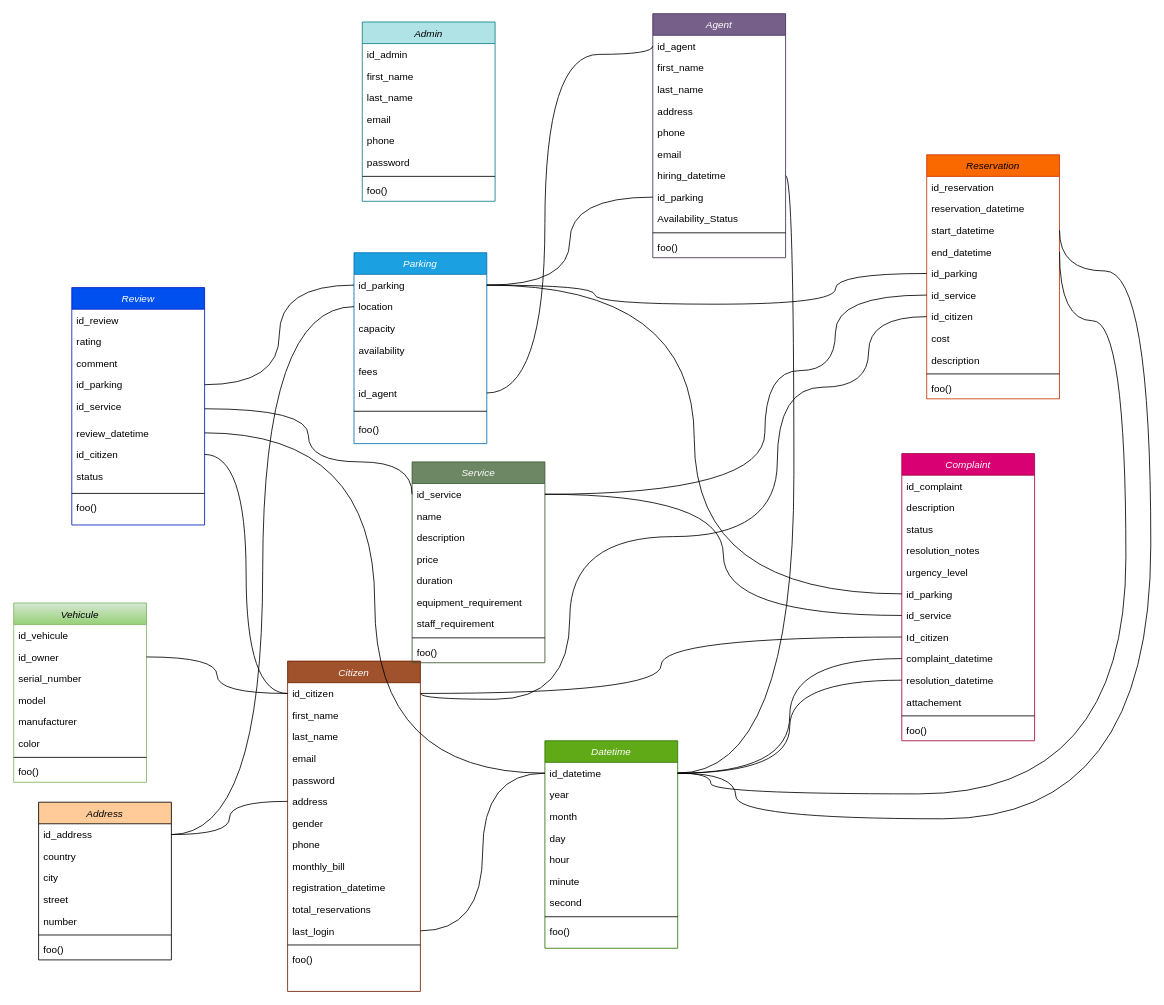
The draw.io diagram docs/DB_diagram.drawio in anomaly1095/parky, before the edit. Source tidied: cells renumbered, new cells numbered last; positions are measured from the earlier drawing's top-left corner, leaving out a move shared by most shapes. Both pictures are drawn from the tidied source at 83%, with x=0, y=0 at pixel (13, 13).
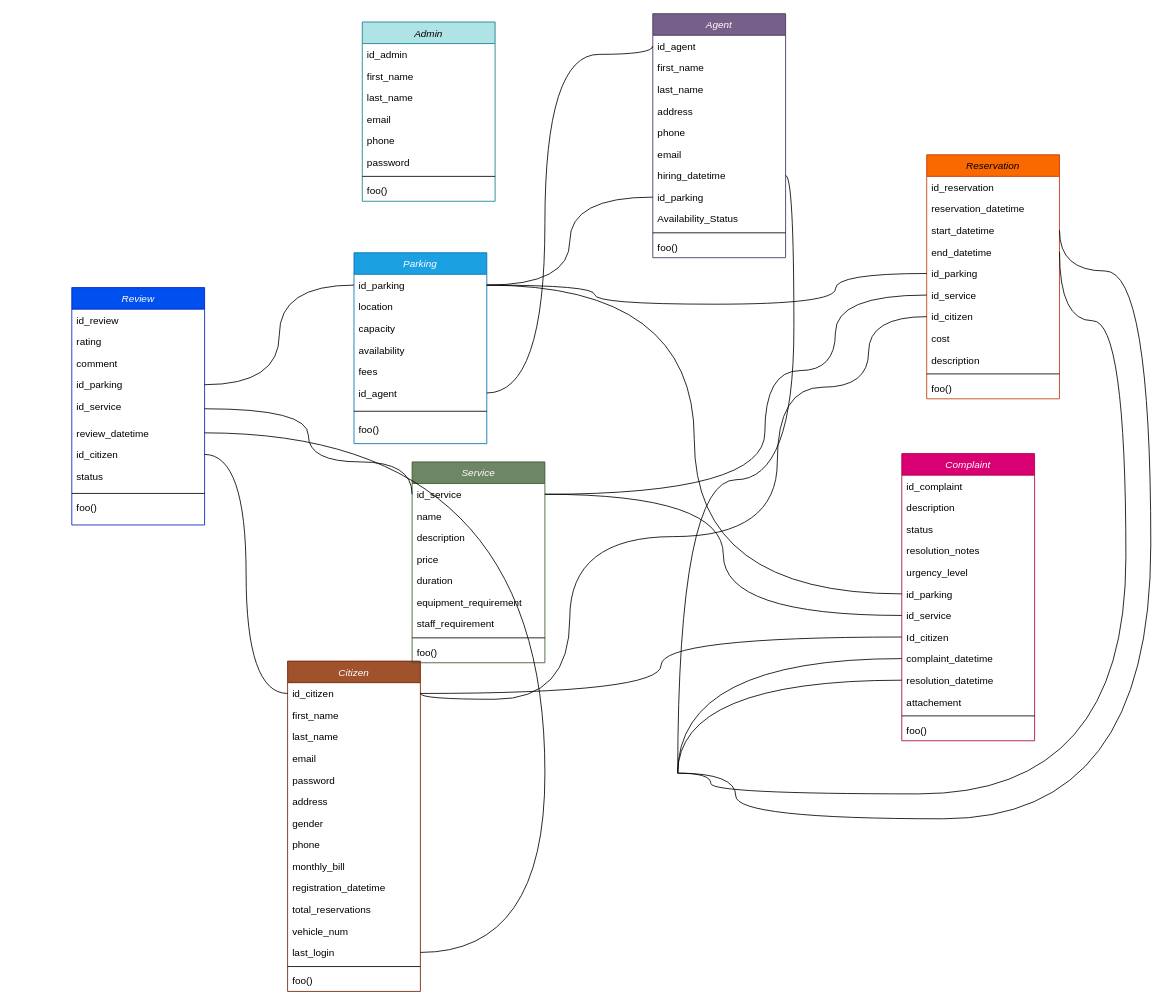
The same diagram, later.

The change refers to these unchanged cells:
```xml
<mxCell id="16" value="review_datetime" style="text;align=left;verticalAlign=top;spacingLeft=4;spacingRight=4;overflow=hidden;points=[[0,0.5],[1,0.5]];portConstraint=eastwest;rounded=0;shadow=0;html=0;" parent="10" vertex="1">
  <mxGeometry y="162" width="160" height="26" as="geometry" />
</mxCell>
<mxCell id="30" value="complaint_datetime" style="text;align=left;verticalAlign=top;spacingLeft=4;spacingRight=4;overflow=hidden;points=[[0,0.5],[1,0.5]];portConstraint=eastwest;rounded=0;shadow=0;html=0;" parent="21" vertex="1">
  <mxGeometry y="234" width="160" height="26" as="geometry" />
</mxCell>
<mxCell id="31" value="resolution_datetime" style="text;align=left;verticalAlign=top;spacingLeft=4;spacingRight=4;overflow=hidden;points=[[0,0.5],[1,0.5]];portConstraint=eastwest;rounded=0;shadow=0;html=0;" parent="21" vertex="1">
  <mxGeometry y="260" width="160" height="26" as="geometry" />
</mxCell>
<mxCell id="54" value="Citizen" style="swimlane;fontStyle=2;align=center;verticalAlign=top;horizontal=1;startSize=26;rounded=0;shadow=0;strokeWidth=1;fillColor=#a0522d;fontColor=#ffffff;strokeColor=#6D1F00;" parent="1" vertex="1">
  <mxGeometry x="330" y="780" width="160" height="398" as="geometry" />
</mxCell>
<mxCell id="55" value="id_citizen" style="text;align=left;verticalAlign=top;spacingLeft=4;spacingRight=4;overflow=hidden;points=[[0,0.5],[1,0.5]];portConstraint=eastwest;" parent="54" vertex="1">
  <mxGeometry y="26" width="160" height="26" as="geometry" />
</mxCell>
<mxCell id="60" value="address" style="text;align=left;verticalAlign=top;spacingLeft=4;spacingRight=4;overflow=hidden;points=[[0,0.5],[1,0.5]];portConstraint=eastwest;rounded=0;shadow=0;html=0;" parent="54" vertex="1">
  <mxGeometry y="156" width="160" height="26" as="geometry" />
</mxCell>
<mxCell id="76" value="hiring_datetime" style="text;align=left;verticalAlign=top;spacingLeft=4;spacingRight=4;overflow=hidden;points=[[0,0.5],[1,0.5]];portConstraint=eastwest;" parent="69" vertex="1">
  <mxGeometry y="182" width="160" height="26" as="geometry" />
</mxCell>
<mxCell id="102" value="location" style="text;align=left;verticalAlign=top;spacingLeft=4;spacingRight=4;overflow=hidden;points=[[0,0.5],[1,0.5]];portConstraint=eastwest;" parent="100" vertex="1">
  <mxGeometry y="52" width="160" height="26" as="geometry" />
</mxCell>
<mxCell id="112" value="start_datetime" style="text;align=left;verticalAlign=top;spacingLeft=4;spacingRight=4;overflow=hidden;points=[[0,0.5],[1,0.5]];portConstraint=eastwest;" parent="109" vertex="1">
  <mxGeometry y="78" width="160" height="26" as="geometry" />
</mxCell>
<mxCell id="113" value="end_datetime" style="text;align=left;verticalAlign=top;spacingLeft=4;spacingRight=4;overflow=hidden;points=[[0,0.5],[1,0.5]];portConstraint=eastwest;" parent="109" vertex="1">
  <mxGeometry y="104" width="160" height="26" as="geometry" />
</mxCell>
```

Change to the diagram source:
```diff
@@
-    <mxCell id="2" value="Address" style="swimlane;fontStyle=2;align=center;verticalAlign=top;horizontal=1;startSize=26;rounded=0;shadow=0;strokeWidth=1;fillColor=#ffcc99;strokeColor=default;" parent="1" vertex="1">
-      <mxGeometry x="30" y="950" width="160" height="190" as="geometry" />
-    </mxCell>
-    <mxCell id="3" value="id_address" style="text;align=left;verticalAlign=top;spacingLeft=4;spacingRight=4;overflow=hidden;points=[[0,0.5],[1,0.5]];portConstraint=eastwest;" parent="2" vertex="1">
-      <mxGeometry y="26" width="160" height="26" as="geometry" />
-    </mxCell>
-    <mxCell id="4" value="country" style="text;align=left;verticalAlign=top;spacingLeft=4;spacingRight=4;overflow=hidden;rounded=0;shadow=0;html=0;" parent="2" vertex="1">
-      <mxGeometry y="52" width="160" height="26" as="geometry" />
-    </mxCell>
-    <mxCell id="5" value="city" style="text;align=left;verticalAlign=top;spacingLeft=4;spacingRight=4;overflow=hidden;rounded=0;shadow=0;html=0;" parent="2" vertex="1">
-      <mxGeometry y="78" width="160" height="26" as="geometry" />
-    </mxCell>
-    <mxCell id="6" value="street" style="text;align=left;verticalAlign=top;spacingLeft=4;spacingRight=4;overflow=hidden;rounded=0;shadow=0;html=0;" parent="2" vertex="1">
-      <mxGeometry y="104" width="160" height="26" as="geometry" />
-    </mxCell>
-    <mxCell id="7" value="number" style="text;align=left;verticalAlign=top;spacingLeft=4;spacingRight=4;overflow=hidden;rounded=0;shadow=0;html=0;" parent="2" vertex="1">
-      <mxGeometry y="130" width="160" height="26" as="geometry" />
-    </mxCell>
-    <mxCell id="8" style="line;html=1;strokeWidth=1;align=left;verticalAlign=middle;spacingTop=-1;spacingLeft=3;spacingRight=3;labelPosition=right;" parent="2" vertex="1">
-      <mxGeometry y="156" width="160" height="8" as="geometry" />
-    </mxCell>
-    <mxCell id="9" value="foo()" style="text;align=left;verticalAlign=top;spacingLeft=4;spacingRight=4;overflow=hidden;" parent="2" vertex="1">
-      <mxGeometry y="164" width="160" height="26" as="geometry" />
-    </mxCell>
@@
-    <mxCell id="35" value="Datetime" style="swimlane;fontStyle=2;align=center;verticalAlign=top;horizontal=1;startSize=26;rounded=0;shadow=0;strokeWidth=1;fillColor=#60a917;strokeColor=#2D7600;fontColor=#ffffff;" parent="1" vertex="1">
-      <mxGeometry x="640" y="876" width="160" height="250" as="geometry" />
-    </mxCell>
-    <mxCell id="36" value="id_datetime" style="text;align=left;verticalAlign=top;spacingLeft=4;spacingRight=4;overflow=hidden;points=[[0,0.5],[1,0.5]];portConstraint=eastwest;" parent="35" vertex="1">
-      <mxGeometry y="26" width="160" height="26" as="geometry" />
-    </mxCell>
-    <mxCell id="37" value="year" style="text;align=left;verticalAlign=top;spacingLeft=4;spacingRight=4;overflow=hidden;rounded=0;shadow=0;html=0;" parent="35" vertex="1">
-      <mxGeometry y="52" width="160" height="26" as="geometry" />
-    </mxCell>
-    <mxCell id="38" value="month" style="text;align=left;verticalAlign=top;spacingLeft=4;spacingRight=4;overflow=hidden;rounded=0;shadow=0;html=0;" parent="35" vertex="1">
-      <mxGeometry y="78" width="160" height="26" as="geometry" />
-    </mxCell>
-    <mxCell id="39" value="day" style="text;align=left;verticalAlign=top;spacingLeft=4;spacingRight=4;overflow=hidden;rounded=0;shadow=0;html=0;" parent="35" vertex="1">
-      <mxGeometry y="104" width="160" height="26" as="geometry" />
-    </mxCell>
-    <mxCell id="40" value="hour" style="text;align=left;verticalAlign=top;spacingLeft=4;spacingRight=4;overflow=hidden;rounded=0;shadow=0;html=0;" parent="35" vertex="1">
-      <mxGeometry y="130" width="160" height="26" as="geometry" />
-    </mxCell>
-    <mxCell id="41" value="minute" style="text;align=left;verticalAlign=top;spacingLeft=4;spacingRight=4;overflow=hidden;rounded=0;shadow=0;html=0;" parent="35" vertex="1">
-      <mxGeometry y="156" width="160" height="26" as="geometry" />
-    </mxCell>
-    <mxCell id="42" value="second" style="text;align=left;verticalAlign=top;spacingLeft=4;spacingRight=4;overflow=hidden;rounded=0;shadow=0;html=0;" parent="35" vertex="1">
-      <mxGeometry y="182" width="160" height="26" as="geometry" />
-    </mxCell>
-    <mxCell id="43" style="line;html=1;strokeWidth=1;align=left;verticalAlign=middle;spacingTop=-1;spacingLeft=3;spacingRight=3;labelPosition=right;" parent="35" vertex="1">
-      <mxGeometry y="208" width="160" height="8" as="geometry" />
-    </mxCell>
-    <mxCell id="44" value="foo()" style="text;align=left;verticalAlign=top;spacingLeft=4;spacingRight=4;overflow=hidden;" parent="35" vertex="1">
-      <mxGeometry y="216" width="160" height="26" as="geometry" />
-    </mxCell>
-    <mxCell id="45" value="Vehicule" style="swimlane;fontStyle=2;align=center;verticalAlign=top;horizontal=1;startSize=26;rounded=0;shadow=0;strokeWidth=1;fillColor=#d5e8d4;strokeColor=#82b366;gradientColor=#97d077;" parent="1" vertex="1">
-      <mxGeometry y="710" width="160" height="216" as="geometry" />
-    </mxCell>
-    <mxCell id="46" value="id_vehicule" style="text;align=left;verticalAlign=top;spacingLeft=4;spacingRight=4;overflow=hidden;" parent="45" vertex="1">
-      <mxGeometry y="26" width="160" height="26" as="geometry" />
-    </mxCell>
-    <mxCell id="47" value="id_owner" style="text;align=left;verticalAlign=top;spacingLeft=4;spacingRight=4;overflow=hidden;points=[[0,0.5],[1,0.5]];portConstraint=eastwest;rounded=0;shadow=0;html=0;" parent="45" vertex="1">
-      <mxGeometry y="52" width="160" height="26" as="geometry" />
-    </mxCell>
-    <mxCell id="48" value="serial_number" style="text;align=left;verticalAlign=top;spacingLeft=4;spacingRight=4;overflow=hidden;rounded=0;shadow=0;html=0;" parent="45" vertex="1">
-      <mxGeometry y="78" width="160" height="26" as="geometry" />
-    </mxCell>
-    <mxCell id="49" value="model" style="text;align=left;verticalAlign=top;spacingLeft=4;spacingRight=4;overflow=hidden;rounded=0;shadow=0;html=0;" parent="45" vertex="1">
-      <mxGeometry y="104" width="160" height="26" as="geometry" />
-    </mxCell>
-    <mxCell id="50" value="manufacturer" style="text;align=left;verticalAlign=top;spacingLeft=4;spacingRight=4;overflow=hidden;rounded=0;shadow=0;html=0;" parent="45" vertex="1">
-      <mxGeometry y="130" width="160" height="26" as="geometry" />
-    </mxCell>
-    <mxCell id="51" value="color" style="text;align=left;verticalAlign=top;spacingLeft=4;spacingRight=4;overflow=hidden;rounded=0;shadow=0;html=0;" parent="45" vertex="1">
-      <mxGeometry y="156" width="160" height="26" as="geometry" />
-    </mxCell>
-    <mxCell id="52" style="line;html=1;strokeWidth=1;align=left;verticalAlign=middle;spacingTop=-1;spacingLeft=3;spacingRight=3;labelPosition=right;" parent="45" vertex="1">
-      <mxGeometry y="182" width="160" height="8" as="geometry" />
-    </mxCell>
-    <mxCell id="53" value="foo()" style="text;align=left;verticalAlign=top;spacingLeft=4;spacingRight=4;overflow=hidden;" parent="45" vertex="1">
-      <mxGeometry y="190" width="160" height="26" as="geometry" />
-    </mxCell>
+    <mxCell id="142" style="edgeStyle=none;html=1;" parent="1" edge="1">
+      <mxGeometry relative="1" as="geometry">
+        <mxPoint x="410" y="1170" as="sourcePoint" />
+        <mxPoint x="410" y="1170" as="targetPoint" />
+      </mxGeometry>
+    </mxCell>
@@
+    <mxCell id="143" value="vehicle_num" style="text;align=left;verticalAlign=top;spacingLeft=4;spacingRight=4;overflow=hidden;rounded=0;shadow=0;html=0;" parent="54" vertex="1">
+      <mxGeometry y="312" width="160" height="26" as="geometry" />
+    </mxCell>
     <mxCell id="66" value="last_login" style="text;align=left;verticalAlign=top;spacingLeft=4;spacingRight=4;overflow=hidden;points=[[0,0.5],[1,0.5]];portConstraint=eastwest;rounded=0;shadow=0;html=0;" parent="54" vertex="1">
-      <mxGeometry y="312" width="160" height="26" as="geometry" />
+      <mxGeometry y="338" width="160" height="26" as="geometry" />
     </mxCell>
     <mxCell id="67" style="line;html=1;strokeWidth=1;align=left;verticalAlign=middle;spacingTop=-1;spacingLeft=3;spacingRight=3;labelPosition=right;" parent="54" vertex="1">
-      <mxGeometry y="338" width="160" height="8" as="geometry" />
+      <mxGeometry y="364" width="160" height="8" as="geometry" />
     </mxCell>
     <mxCell id="68" value="foo()" style="text;align=left;verticalAlign=top;spacingLeft=4;spacingRight=4;overflow=hidden;" parent="54" vertex="1">
-      <mxGeometry y="346" width="160" height="26" as="geometry" />
+      <mxGeometry y="372" width="160" height="26" as="geometry" />
     </mxCell>
@@
-    <mxCell id="121" style="endArrow=none;html=1;rounded=0;exitX=1;exitY=0.5;exitDx=0;exitDy=0;edgeStyle=orthogonalEdgeStyle;curved=1;entryX=0;entryY=0.5;entryDx=0;entryDy=0;" parent="1" edge="1" source="47" target="55">
-      <mxGeometry relative="1" as="geometry" />
-    </mxCell>
@@
-    <mxCell id="123" style="endArrow=none;html=1;rounded=0;entryX=1;entryY=0.5;entryDx=0;entryDy=0;edgeStyle=orthogonalEdgeStyle;curved=1;" parent="1" edge="1" source="60" target="3">
-      <mxGeometry relative="1" as="geometry" />
-    </mxCell>
-    <mxCell id="124" style="endArrow=none;html=1;rounded=0;exitX=1;exitY=0.5;exitDx=0;exitDy=0;entryX=0;entryY=0.5;entryDx=0;entryDy=0;edgeStyle=orthogonalEdgeStyle;curved=1;" parent="1" edge="1" source="66" target="36">
-      <mxGeometry relative="1" as="geometry" />
+    <mxCell id="124" style="endArrow=none;html=1;rounded=0;exitX=1;exitY=0.5;exitDx=0;exitDy=0;entryX=0;entryY=0.5;entryDx=0;entryDy=0;edgeStyle=orthogonalEdgeStyle;curved=1;" parent="1" edge="1" source="66">
+      <mxGeometry relative="1" as="geometry">
+        <mxPoint x="640" y="915" as="targetPoint" />
+      </mxGeometry>
     </mxCell>
-    <mxCell id="125" style="endArrow=none;html=1;rounded=0;exitX=0;exitY=0.5;exitDx=0;exitDy=0;entryX=1;entryY=0.5;entryDx=0;entryDy=0;edgeStyle=orthogonalEdgeStyle;curved=1;" parent="1" edge="1" source="30" target="36">
-      <mxGeometry relative="1" as="geometry" />
+    <mxCell id="125" style="endArrow=none;html=1;rounded=0;exitX=0;exitY=0.5;exitDx=0;exitDy=0;entryX=1;entryY=0.5;entryDx=0;entryDy=0;edgeStyle=orthogonalEdgeStyle;curved=1;" parent="1" edge="1" source="30">
+      <mxGeometry relative="1" as="geometry">
+        <mxPoint x="800" y="915" as="targetPoint" />
+      </mxGeometry>
     </mxCell>
-    <mxCell id="126" style="endArrow=none;html=1;rounded=0;exitX=0;exitY=0.5;exitDx=0;exitDy=0;entryX=1;entryY=0.5;entryDx=0;entryDy=0;edgeStyle=orthogonalEdgeStyle;curved=1;" parent="1" edge="1" source="31" target="36">
-      <mxGeometry relative="1" as="geometry" />
+    <mxCell id="126" style="endArrow=none;html=1;rounded=0;exitX=0;exitY=0.5;exitDx=0;exitDy=0;entryX=1;entryY=0.5;entryDx=0;entryDy=0;edgeStyle=orthogonalEdgeStyle;curved=1;" parent="1" edge="1" source="31">
+      <mxGeometry relative="1" as="geometry">
+        <mxPoint x="800" y="915" as="targetPoint" />
+      </mxGeometry>
     </mxCell>
@@
-    <mxCell id="130" style="endArrow=none;html=1;rounded=0;exitX=1;exitY=0.5;exitDx=0;exitDy=0;entryX=0;entryY=0.5;entryDx=0;entryDy=0;edgeStyle=orthogonalEdgeStyle;curved=1;" parent="1" edge="1" source="16" target="36">
-      <mxGeometry relative="1" as="geometry" />
+    <mxCell id="130" style="endArrow=none;html=1;rounded=0;exitX=1;exitY=0.5;exitDx=0;exitDy=0;entryX=0;entryY=0.5;entryDx=0;entryDy=0;edgeStyle=orthogonalEdgeStyle;curved=1;" parent="1" edge="1" source="16">
+      <mxGeometry relative="1" as="geometry">
+        <mxPoint x="640" y="915" as="targetPoint" />
+      </mxGeometry>
     </mxCell>
@@
-    <mxCell id="136" style="endArrow=none;html=1;rounded=0;exitX=1;exitY=0.5;exitDx=0;exitDy=0;edgeStyle=orthogonalEdgeStyle;curved=1;entryX=1;entryY=0.5;entryDx=0;entryDy=0;" parent="1" edge="1" source="112" target="36">
+    <mxCell id="136" style="endArrow=none;html=1;rounded=0;exitX=1;exitY=0.5;exitDx=0;exitDy=0;edgeStyle=orthogonalEdgeStyle;curved=1;entryX=1;entryY=0.5;entryDx=0;entryDy=0;" parent="1" edge="1" source="112">
       <mxGeometry relative="1" as="geometry">
+        <mxPoint x="800" y="915" as="targetPoint" />
         <Array as="points">
           <mxPoint x="1260" y="310" />
           <mxPoint x="1370" y="310" />
           <mxPoint x="1370" y="970" />
           <mxPoint x="870" y="970" />
           <mxPoint x="870" y="915" />
         </Array>
       </mxGeometry>
     </mxCell>
@@
-    <mxCell id="138" style="endArrow=none;html=1;rounded=0;exitX=1;exitY=0.5;exitDx=0;exitDy=0;edgeStyle=orthogonalEdgeStyle;curved=1;entryX=1;entryY=0.5;entryDx=0;entryDy=0;" parent="1" edge="1" source="113" target="36">
+    <mxCell id="138" style="endArrow=none;html=1;rounded=0;exitX=1;exitY=0.5;exitDx=0;exitDy=0;edgeStyle=orthogonalEdgeStyle;curved=1;entryX=1;entryY=0.5;entryDx=0;entryDy=0;" parent="1" edge="1" source="113">
       <mxGeometry relative="1" as="geometry">
+        <mxPoint x="800" y="915" as="targetPoint" />
         <Array as="points">
           <mxPoint x="1260" y="370" />
           <mxPoint x="1340" y="370" />
           <mxPoint x="1340" y="940" />
           <mxPoint x="840" y="940" />
           <mxPoint x="840" y="915" />
         </Array>
       </mxGeometry>
     </mxCell>
-    <mxCell id="139" style="endArrow=none;html=1;rounded=0;edgeStyle=orthogonalEdgeStyle;curved=1;entryX=0;entryY=0.5;entryDx=0;entryDy=0;" parent="1" edge="1" source="3" target="102">
-      <mxGeometry relative="1" as="geometry" />
-    </mxCell>
@@
-    <mxCell id="141" style="endArrow=none;html=1;rounded=0;exitX=1;exitY=0.5;exitDx=0;exitDy=0;entryX=1;entryY=0.5;entryDx=0;entryDy=0;edgeStyle=orthogonalEdgeStyle;curved=1;" parent="1" edge="1" source="36" target="76">
-      <mxGeometry relative="1" as="geometry" />
+    <mxCell id="141" style="endArrow=none;html=1;rounded=0;exitX=1;exitY=0.5;exitDx=0;exitDy=0;entryX=1;entryY=0.5;entryDx=0;entryDy=0;edgeStyle=orthogonalEdgeStyle;curved=1;" parent="1" edge="1" target="76">
+      <mxGeometry relative="1" as="geometry">
+        <mxPoint x="800" y="915" as="sourcePoint" />
+      </mxGeometry>
     </mxCell>
```
